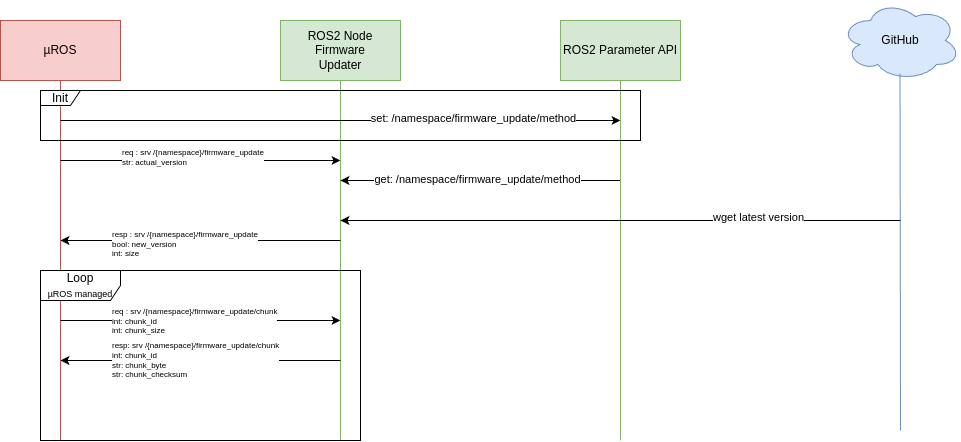
catie-aq/minipock_documentation keeps this draw.io diagram as img/mise_a_jour.drawio.png. Above is the earlier version. Source tidied: cells renumbered, new cells last; positions are measured from the earlier drawing's top-left corner, leaving out a move shared by most shapes.
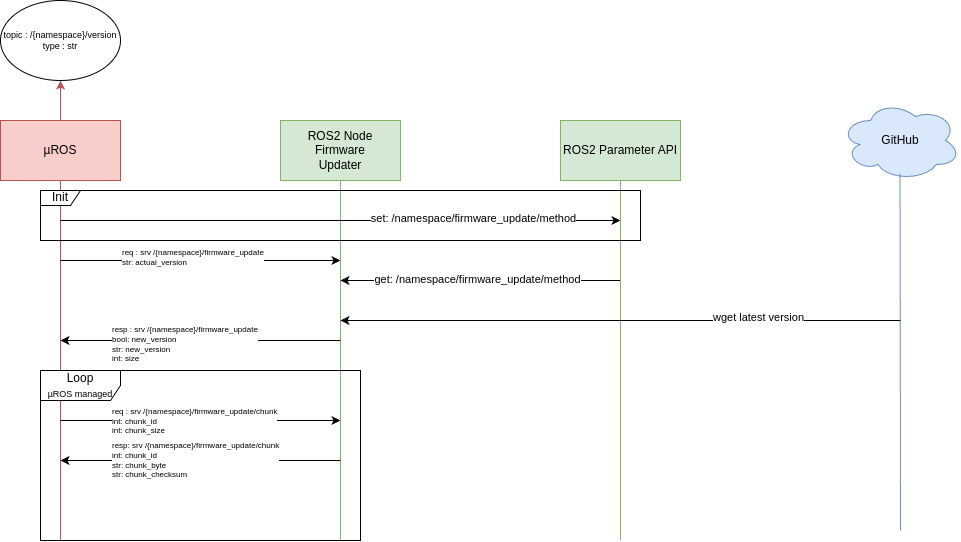
After the commit.

Commit message:
Update firmware schema with version topic

What changed in the source:
```diff
@@ -5,6 +5,9 @@
     <mxCell id="2" value="&lt;div&gt;ROS2 Node&lt;/div&gt;Firmware&lt;div&gt;Updater&lt;/div&gt;" style="rounded=0;whiteSpace=wrap;html=1;fillColor=#d5e8d4;strokeColor=#82b366;" parent="1" vertex="1">
       <mxGeometry x="280" y="20" width="120" height="60" as="geometry" />
     </mxCell>
+    <mxCell id="26" style="edgeStyle=orthogonalEdgeStyle;rounded=0;jettySize=auto;html=1;exitX=0.5;exitY=0;exitDx=0;exitDy=0;entryX=0.5;entryY=1;entryDx=0;entryDy=0;fillColor=#f8cecc;strokeColor=#b85450;" parent="1" edge="1" source="3" target="27">
+      <mxGeometry relative="1" as="geometry" />
+    </mxCell>
     <mxCell id="3" value="µROS" style="rounded=0;whiteSpace=wrap;html=1;fillColor=#f8cecc;strokeColor=#b85450;" parent="1" vertex="1">
       <mxGeometry y="20" width="120" height="60" as="geometry" />
     </mxCell>
@@ -43,7 +46,7 @@
         <mxPoint x="60" y="240" as="targetPoint" />
       </mxGeometry>
     </mxCell>
-    <mxCell id="11" value="resp : srv /{namespace}/firmware_update&lt;div&gt;bool: new_version&lt;/div&gt;&lt;div&gt;int: size&lt;/div&gt;" style="edgeLabel;html=1;align=left;verticalAlign=middle;fontSize=8;" parent="1" vertex="1">
+    <mxCell id="11" value="resp : srv /{namespace}/firmware_update&lt;div&gt;bool: new_version&lt;/div&gt;&lt;div&gt;str: new_version&lt;/div&gt;&lt;div&gt;int: size&lt;/div&gt;" style="edgeLabel;html=1;align=left;verticalAlign=middle;fontSize=8;" parent="1" vertex="1">
       <mxGeometry x="100" y="240" as="geometry">
         <mxPoint x="10" y="4" as="offset" />
       </mxGeometry>
@@ -112,5 +115,8 @@
     <mxCell id="25" value="wget latest version" style="edgeLabel;html=1;align=center;verticalAlign=middle;" parent="24" vertex="1">
       <mxGeometry x="0.49" y="3" relative="1" as="geometry" />
     </mxCell>
+    <mxCell id="27" value="topic : /{namespace}/version&lt;div&gt;type : str&lt;/div&gt;" style="ellipse;whiteSpace=wrap;html=1;fontSize=9;" parent="1" vertex="1">
+      <mxGeometry y="-100" width="120" height="80" as="geometry" />
+    </mxCell>
   </root>
 </mxGraphModel>
```
